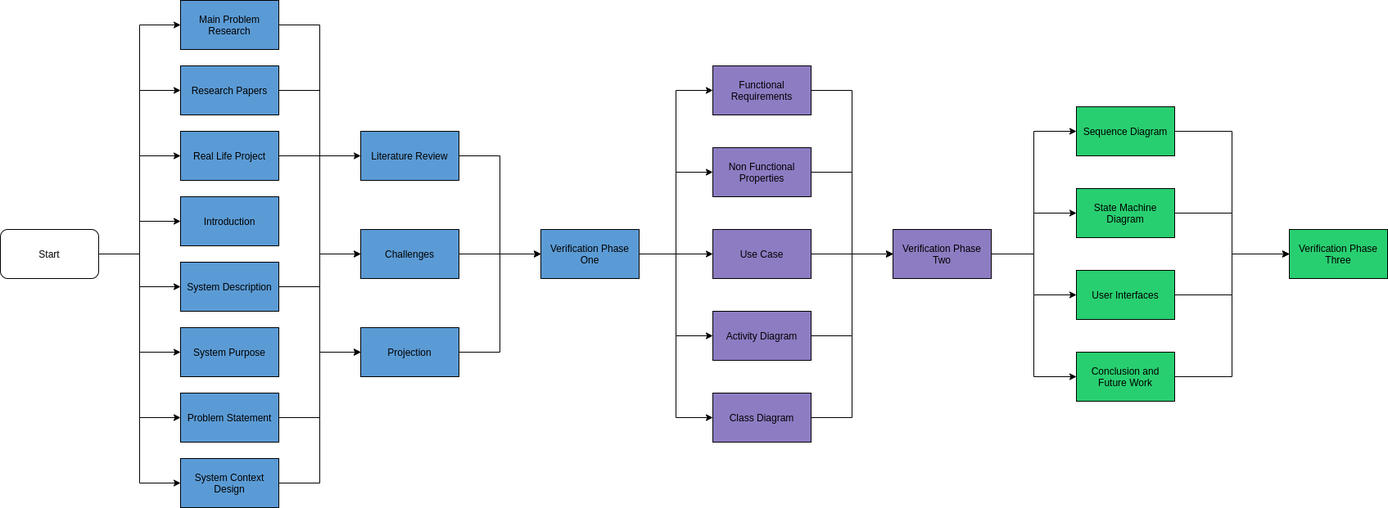
Above: docs/diagrams/imgs/NetworkDiagram.png in MrMoon/Vision (draw.io), before the change. Source tidied: cells renumbered, new cells last; positions are measured from the earlier drawing's top-left corner, leaving out a move shared by most shapes.
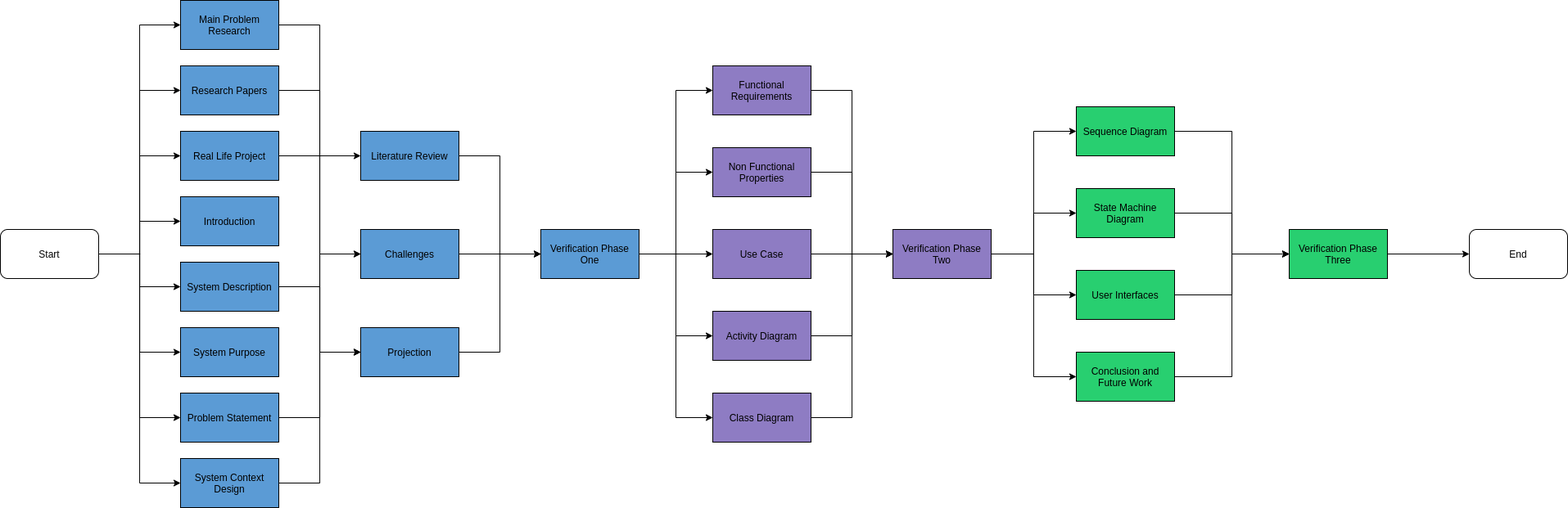
Above is the later version.

Diff of the diagram source:
```diff
@@ -176,8 +176,14 @@
     <mxCell id="59" value="Conclusion and Future Work" style="rounded=0;whiteSpace=wrap;html=1;fillColor=#28cf70;" parent="1" vertex="1">
       <mxGeometry x="1314" y="430" width="120" height="60" as="geometry" />
     </mxCell>
+    <mxCell id="61" style="edgeStyle=orthogonalEdgeStyle;rounded=0;jettySize=auto;html=1;exitX=1;exitY=0.5;exitDx=0;exitDy=0;entryX=0;entryY=0.5;entryDx=0;entryDy=0;" parent="1" edge="1" source="60" target="62">
+      <mxGeometry relative="1" as="geometry" />
+    </mxCell>
     <mxCell id="60" value="Verification Phase Three" style="rounded=0;whiteSpace=wrap;html=1;fillColor=#28CF70;" parent="1" vertex="1">
       <mxGeometry x="1574" y="280" width="120" height="60" as="geometry" />
     </mxCell>
+    <mxCell id="62" value="End" style="rounded=1;whiteSpace=wrap;html=1;" parent="1" vertex="1">
+      <mxGeometry x="1794" y="280" width="120" height="60" as="geometry" />
+    </mxCell>
   </root>
 </mxGraphModel>
```
